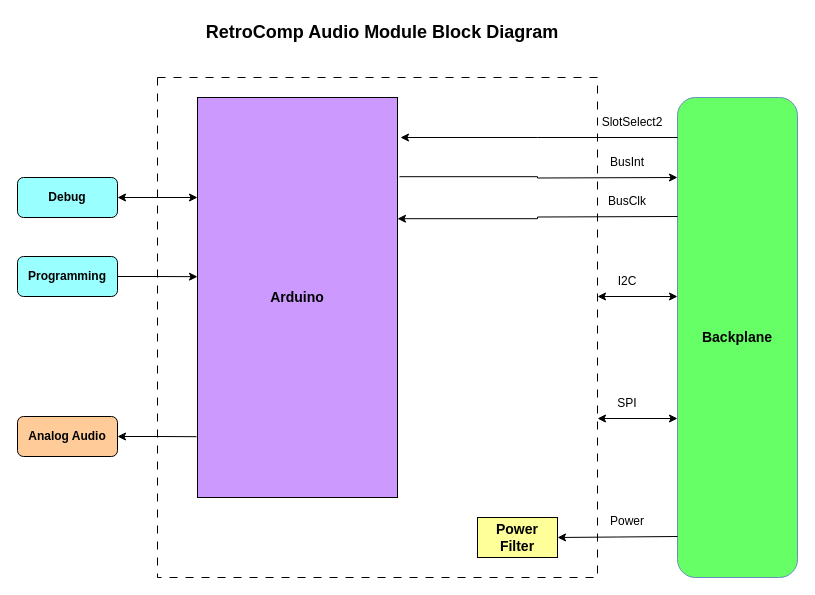
Above: docs/RetroComp-Audio-Block-Diagram.drawio in dervish77/RetroComp (draw.io), before the change. Source tidied: cells renumbered, new cells numbered last; positions are measured from the earlier drawing's top-left corner, leaving out a move shared by most shapes. Both pictures are drawn from the tidied source at 100%, with x=0, y=0 at pixel (17, 17).
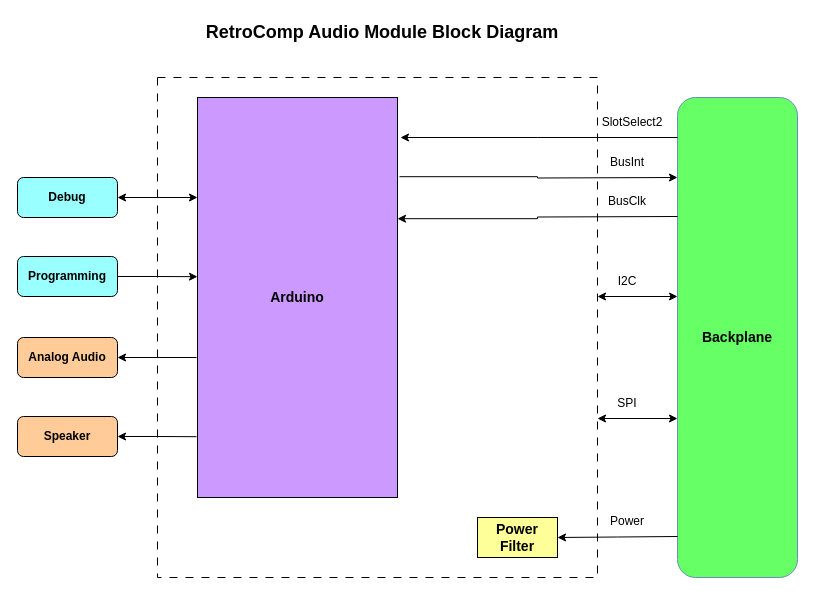
After the change.

Commit message (it also covers changes not shown here):
added speaker output to audio module

The edit, as a diff of the source:
```diff
@@
-    <mxCell id="23" value="&lt;b&gt;Analog Audio&lt;/b&gt;" style="rounded=1;whiteSpace=wrap;html=1;fillColor=#FFCC99;" parent="1" vertex="1">
+    <mxCell id="23" value="&lt;b&gt;Speaker&lt;/b&gt;" style="rounded=1;whiteSpace=wrap;html=1;fillColor=#FFCC99;" parent="1" vertex="1">
       <mxGeometry y="399" width="100" height="40" as="geometry" />
     </mxCell>
@@
+    <mxCell id="25" value="&lt;b&gt;Analog Audio&lt;/b&gt;" style="rounded=1;whiteSpace=wrap;html=1;fillColor=#FFCC99;" parent="1" vertex="1">
+      <mxGeometry y="320" width="100" height="40" as="geometry" />
+    </mxCell>
+    <mxCell id="26" style="edgeStyle=orthogonalEdgeStyle;rounded=0;jettySize=auto;html=1;exitX=1;exitY=0.5;exitDx=0;exitDy=0;entryX=-0.005;entryY=0.848;entryDx=0;entryDy=0;entryPerimeter=0;startArrow=classic;startFill=1;endArrow=none;endFill=0;" parent="1" edge="1" source="25">
+      <mxGeometry relative="1" as="geometry">
+        <mxPoint x="179" y="340" as="targetPoint" />
+      </mxGeometry>
+    </mxCell>
```
